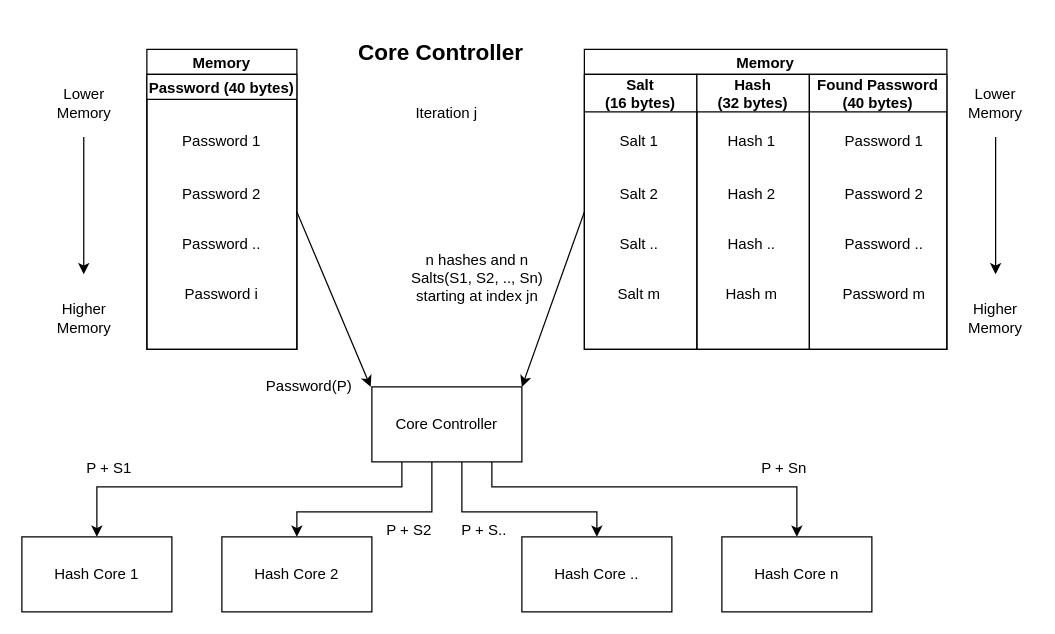
Earlier version of the draw.io diagram figures/theoretical_system/core-controller/core-controller.drawio (Niclasapdk/ESD3_project). Source tidied: cells renumbered, new cells numbered last; positions are measured from the earlier drawing's top-left corner, leaving out a move shared by most shapes. Both pictures are drawn from the tidied source at 125%, with x=0, y=0 at pixel (21, 21).
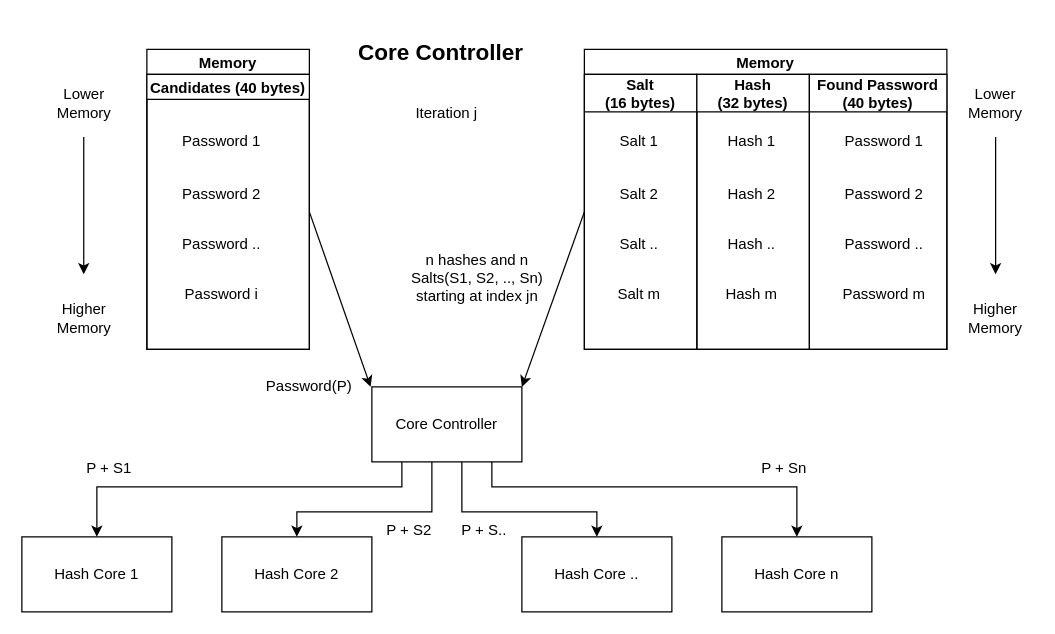
The same diagram, later.

Change to the diagram source:
```diff
@@
     <mxCell id="32" value="Memory" style="swimlane;startSize=20;" parent="1" vertex="1">
-      <mxGeometry x="100" y="22" width="120" height="240" as="geometry" />
+      <mxGeometry x="100" y="22" width="130" height="240" as="geometry" />
     </mxCell>
-    <mxCell id="33" value="Password (40 bytes)" style="swimlane;startSize=20;" parent="32" vertex="1">
-      <mxGeometry y="20" width="120" height="220" as="geometry" />
+    <mxCell id="33" value="Candidates (40 bytes)" style="swimlane;startSize=20;" parent="32" vertex="1">
+      <mxGeometry y="20" width="130" height="220" as="geometry" />
     </mxCell>
```
